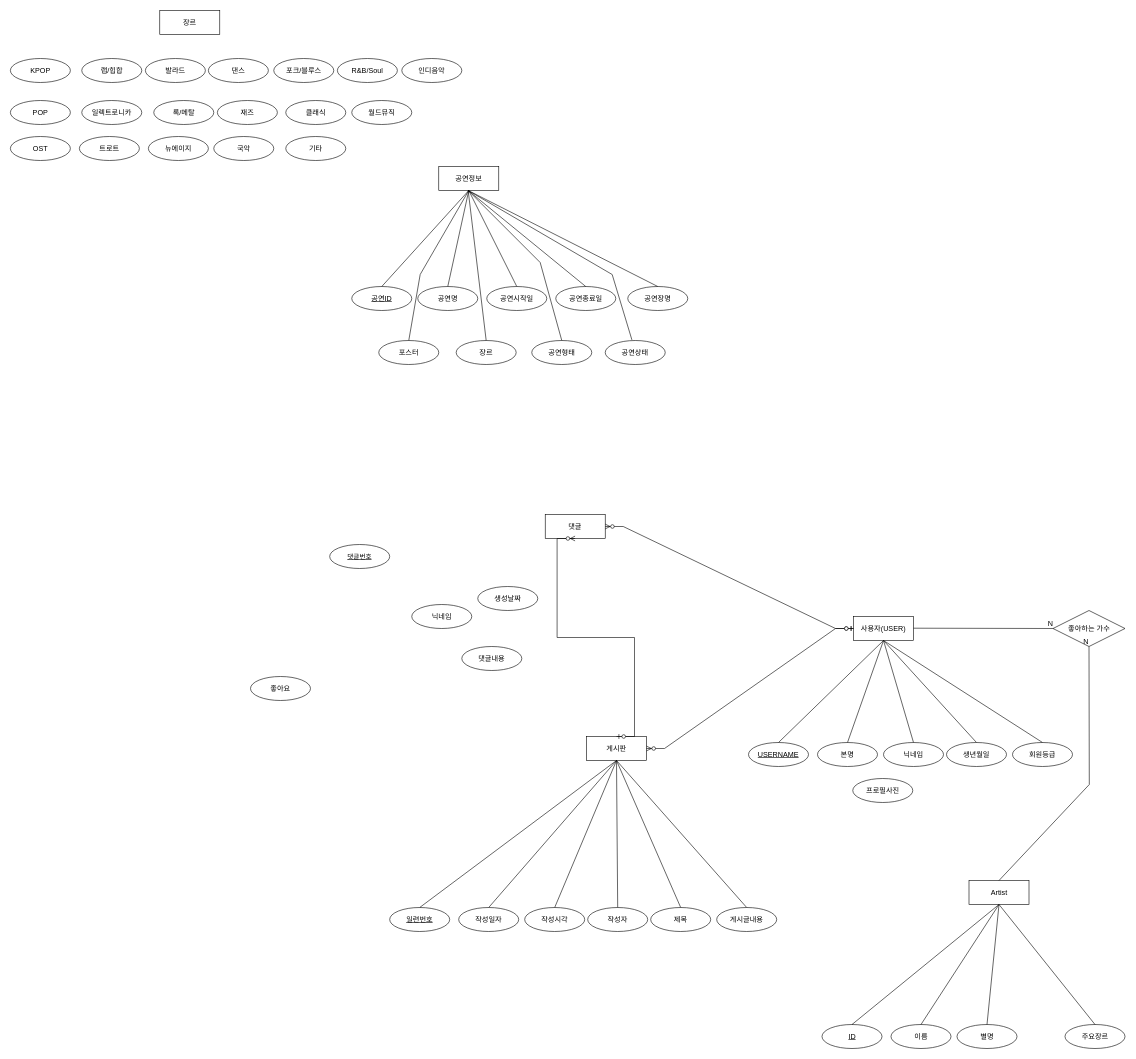
Before: ERD/bbs.drawio in Preznt/BookFor, a draw.io diagram. Source tidied: cells renumbered, new cells numbered last; positions are measured from the earlier drawing's top-left corner, leaving out a move shared by most shapes. Both pictures are drawn from the tidied source at 60%, with x=0, y=0 at pixel (10, 10).
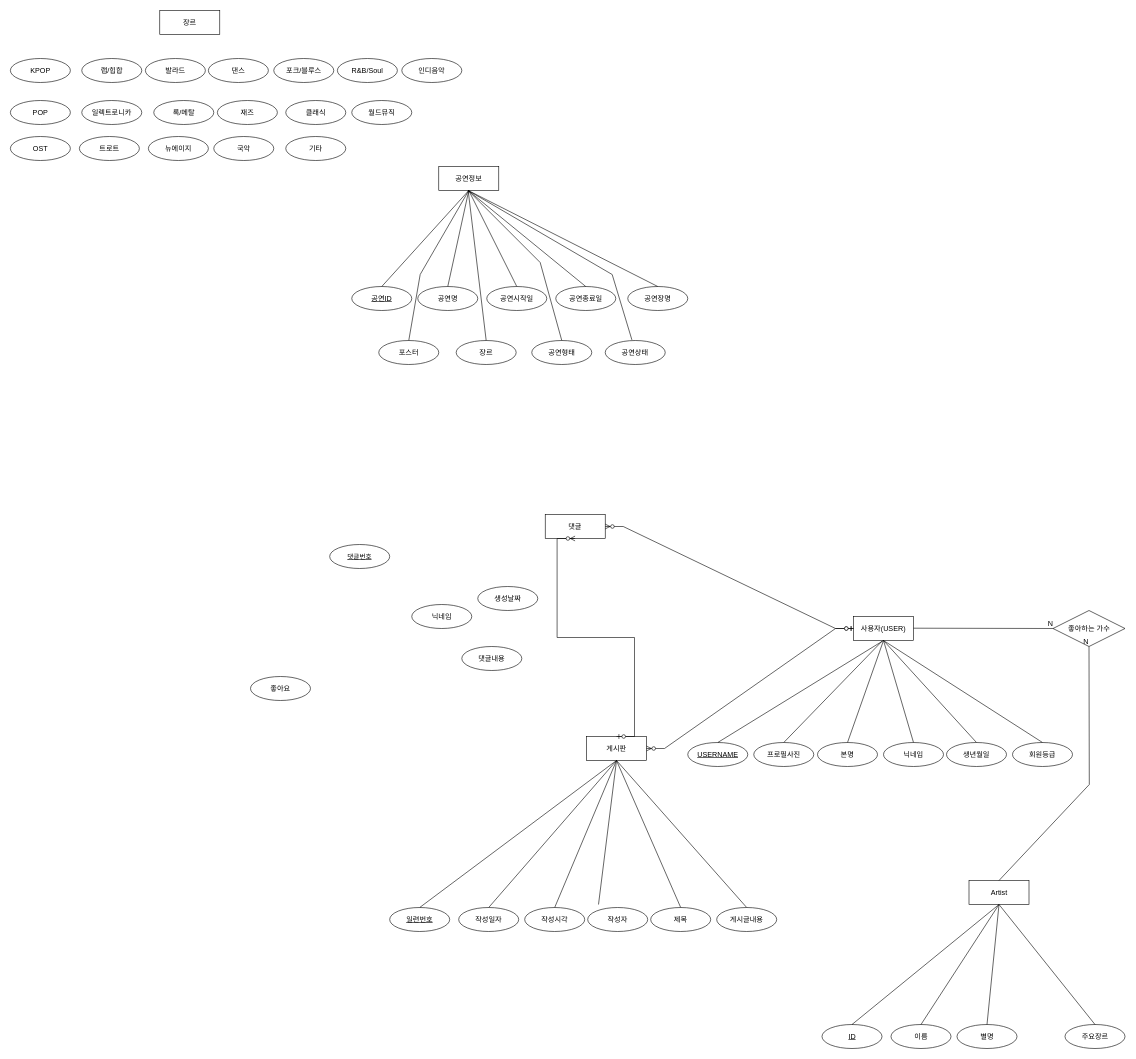
After the change.

The change refers to these unchanged cells:
```xml
<mxCell id="5" value="작성자" style="ellipse;whiteSpace=wrap;html=1;align=center;" parent="1" vertex="1">
  <mxGeometry x="962" y="1495" width="100" height="40" as="geometry" />
</mxCell>
<mxCell id="8" value="게시판" style="whiteSpace=wrap;html=1;align=center;" parent="1" vertex="1">
  <mxGeometry x="960" y="1210" width="100" height="40" as="geometry" />
</mxCell>
<mxCell id="20" value="사용자(USER)" style="whiteSpace=wrap;html=1;align=center;" parent="1" vertex="1">
  <mxGeometry x="1405" y="1010" width="100" height="40" as="geometry" />
</mxCell>
```

Diff of the diagram source:
```diff
@@
-    <mxCell id="12" style="endArrow=none;html=1;rounded=0;exitX=0.5;exitY=0;exitDx=0;exitDy=0;entryX=0.5;entryY=1;entryDx=0;entryDy=0;" parent="1" edge="1" source="5" target="8">
-      <mxGeometry relative="1" as="geometry" />
+    <mxCell id="12" style="endArrow=none;html=1;rounded=0;entryX=0.5;entryY=1;entryDx=0;entryDy=0;" parent="1" edge="1" target="8">
+      <mxGeometry relative="1" as="geometry">
+        <mxPoint x="980" y="1490" as="sourcePoint" />
+      </mxGeometry>
     </mxCell>
@@
     <mxCell id="15" value="USERNAME" style="ellipse;whiteSpace=wrap;html=1;align=center;fontStyle=4;" parent="1" vertex="1">
-      <mxGeometry x="1230" y="1220" width="100" height="40" as="geometry" />
+      <mxGeometry x="1128.8" y="1220" width="100" height="40" as="geometry" />
     </mxCell>
@@
     <mxCell id="82" value="프로필사진" style="ellipse;whiteSpace=wrap;html=1;align=center;" parent="1" vertex="1">
-      <mxGeometry x="1403.8" y="1280" width="100" height="40" as="geometry" />
+      <mxGeometry x="1238.8" y="1220" width="100" height="40" as="geometry" />
     </mxCell>
@@
+    <mxCell id="88" style="endArrow=none;html=1;rounded=0;exitX=0.5;exitY=0;exitDx=0;exitDy=0;entryX=0.483;entryY=1.01;entryDx=0;entryDy=0;entryPerimeter=0;" parent="1" edge="1" source="82" target="20">
+      <mxGeometry relative="1" as="geometry" />
+    </mxCell>
```
